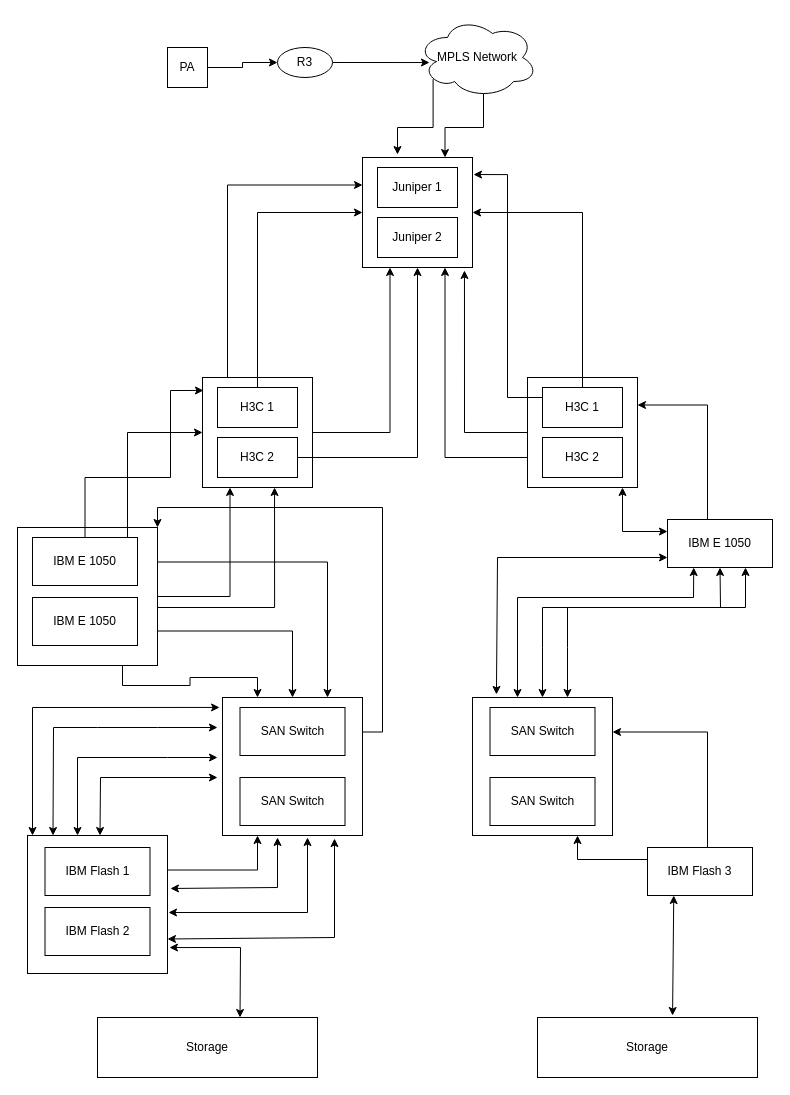
Earlier version of the draw.io diagram mail-topology2.drawio (nhuseynov/python). Source tidied: cells renumbered, new cells numbered last; positions are measured from the earlier drawing's top-left corner, leaving out a move shared by most shapes. Both pictures are drawn from the tidied source at 100%, with x=0, y=0 at pixel (17, 17).
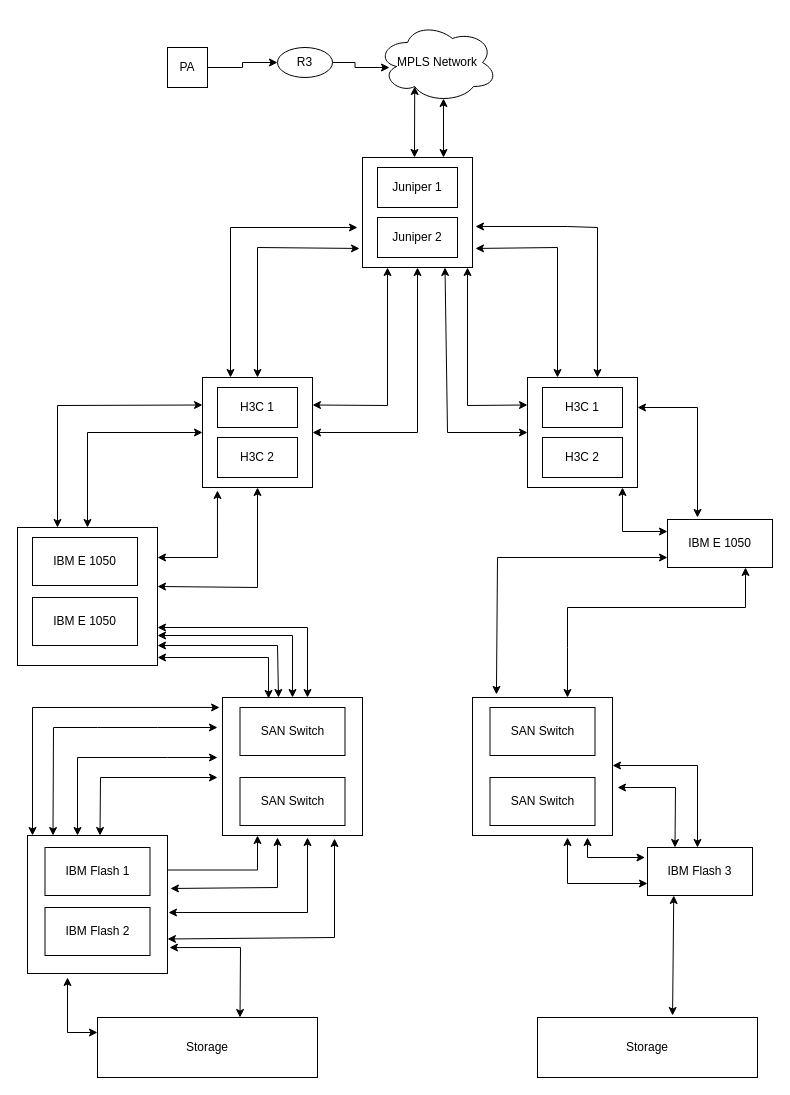
Above is the later version.

Unchanged cells that the change refers to:
```xml
<mxCell id="2" style="whiteSpace=wrap;html=1;" parent="1" vertex="1">
  <mxGeometry x="345" y="140" width="110" height="110" as="geometry" />
</mxCell>
<mxCell id="7" style="whiteSpace=wrap;html=1;" parent="1" vertex="1">
  <mxGeometry x="185" y="360" width="110" height="110" as="geometry" />
</mxCell>
<mxCell id="9" value="H3C 1" style="rounded=0;whiteSpace=wrap;html=1;" parent="1" vertex="1">
  <mxGeometry x="200" y="370" width="80" height="40" as="geometry" />
</mxCell>
<mxCell id="11" value="H3C 2" style="rounded=0;whiteSpace=wrap;html=1;" parent="1" vertex="1">
  <mxGeometry x="200" y="420" width="80" height="40" as="geometry" />
</mxCell>
<mxCell id="14" style="whiteSpace=wrap;html=1;" parent="1" vertex="1">
  <mxGeometry x="510" y="360" width="110" height="110" as="geometry" />
</mxCell>
<mxCell id="17" value="H3C 1" style="rounded=0;whiteSpace=wrap;html=1;" parent="1" vertex="1">
  <mxGeometry x="525" y="370" width="80" height="40" as="geometry" />
</mxCell>
<mxCell id="24" style="whiteSpace=wrap;html=1;" parent="1" vertex="1">
  <mxGeometry y="510" width="140" height="138" as="geometry" />
</mxCell>
<mxCell id="27" value="IBM E 1050" style="rounded=0;whiteSpace=wrap;html=1;" parent="1" vertex="1">
  <mxGeometry x="15" y="520" width="105" height="48" as="geometry" />
</mxCell>
<mxCell id="30" value="IBM E 1050" style="rounded=0;whiteSpace=wrap;html=1;" parent="1" vertex="1">
  <mxGeometry x="650" y="502" width="105" height="48" as="geometry" />
</mxCell>
<mxCell id="44" value="IBM Flash 3" style="rounded=0;whiteSpace=wrap;html=1;" parent="1" vertex="1">
  <mxGeometry x="630" y="830" width="105" height="48" as="geometry" />
</mxCell>
<mxCell id="46" style="whiteSpace=wrap;html=1;" parent="1" vertex="1">
  <mxGeometry x="205" y="680" width="140" height="138" as="geometry" />
</mxCell>
<mxCell id="49" style="whiteSpace=wrap;html=1;" parent="1" vertex="1">
  <mxGeometry x="455" y="680" width="140" height="138" as="geometry" />
</mxCell>
<mxCell id="57" value="Storage" style="rounded=0;whiteSpace=wrap;html=1;" parent="1" vertex="1">
  <mxGeometry x="80" y="1000" width="220" height="60" as="geometry" />
</mxCell>
```

Change to the diagram source:
```diff
@@
-    <mxCell id="5" style="edgeStyle=orthogonalEdgeStyle;rounded=0;jettySize=auto;html=1;entryX=0;entryY=0.25;entryDx=0;entryDy=0;" parent="1" edge="1" target="2">
-      <mxGeometry relative="1" as="geometry">
-        <mxPoint x="210" y="380" as="sourcePoint" />
-        <Array as="points">
-          <mxPoint x="210" y="368" />
-          <mxPoint x="210" y="168" />
-        </Array>
-      </mxGeometry>
-    </mxCell>
-    <mxCell id="6" style="edgeStyle=orthogonalEdgeStyle;rounded=0;jettySize=auto;html=1;entryX=0.25;entryY=1;entryDx=0;entryDy=0;" parent="1" edge="1" source="7" target="2">
-      <mxGeometry relative="1" as="geometry" />
-    </mxCell>
@@
-    <mxCell id="8" style="edgeStyle=orthogonalEdgeStyle;rounded=0;jettySize=auto;html=1;entryX=0;entryY=0.5;entryDx=0;entryDy=0;" parent="1" edge="1" source="9" target="2">
-      <mxGeometry relative="1" as="geometry">
-        <Array as="points">
-          <mxPoint x="240" y="195" />
-        </Array>
-      </mxGeometry>
-    </mxCell>
@@
-    <mxCell id="10" style="edgeStyle=orthogonalEdgeStyle;rounded=0;jettySize=auto;html=1;" parent="1" edge="1" source="11" target="2">
-      <mxGeometry relative="1" as="geometry" />
-    </mxCell>
@@
-    <mxCell id="12" style="edgeStyle=orthogonalEdgeStyle;rounded=0;jettySize=auto;html=1;entryX=0.75;entryY=1;entryDx=0;entryDy=0;" parent="1" edge="1" source="14" target="2">
-      <mxGeometry relative="1" as="geometry">
-        <Array as="points">
-          <mxPoint x="428" y="440" />
-        </Array>
-      </mxGeometry>
-    </mxCell>
-    <mxCell id="13" style="edgeStyle=orthogonalEdgeStyle;rounded=0;jettySize=auto;html=1;exitX=0;exitY=0.25;exitDx=0;exitDy=0;entryX=0.927;entryY=1.027;entryDx=0;entryDy=0;entryPerimeter=0;" parent="1" edge="1" source="14" target="2">
-      <mxGeometry relative="1" as="geometry">
-        <Array as="points">
-          <mxPoint x="510" y="415" />
-          <mxPoint x="447" y="415" />
-        </Array>
-      </mxGeometry>
-    </mxCell>
@@
-    <mxCell id="15" style="edgeStyle=orthogonalEdgeStyle;rounded=0;jettySize=auto;html=1;entryX=1;entryY=0.5;entryDx=0;entryDy=0;" parent="1" edge="1" source="17" target="2">
-      <mxGeometry relative="1" as="geometry">
-        <Array as="points">
-          <mxPoint x="565" y="195" />
-        </Array>
-      </mxGeometry>
-    </mxCell>
-    <mxCell id="16" style="edgeStyle=orthogonalEdgeStyle;rounded=0;jettySize=auto;html=1;entryX=1.009;entryY=0.155;entryDx=0;entryDy=0;entryPerimeter=0;" parent="1" edge="1" source="17" target="2">
-      <mxGeometry relative="1" as="geometry">
-        <Array as="points">
-          <mxPoint x="490" y="380" />
-          <mxPoint x="490" y="157" />
-        </Array>
-      </mxGeometry>
-    </mxCell>
@@
-    <mxCell id="19" style="edgeStyle=orthogonalEdgeStyle;rounded=0;jettySize=auto;html=1;entryX=0.25;entryY=1;entryDx=0;entryDy=0;" parent="1" edge="1" source="24" target="7">
-      <mxGeometry relative="1" as="geometry" />
-    </mxCell>
-    <mxCell id="20" style="edgeStyle=orthogonalEdgeStyle;rounded=0;jettySize=auto;html=1;entryX=0.655;entryY=1;entryDx=0;entryDy=0;entryPerimeter=0;" parent="1" edge="1" source="24" target="7">
-      <mxGeometry relative="1" as="geometry">
-        <Array as="points">
-          <mxPoint x="257" y="590" />
-        </Array>
-      </mxGeometry>
-    </mxCell>
-    <mxCell id="21" style="edgeStyle=orthogonalEdgeStyle;rounded=0;jettySize=auto;html=1;exitX=0.75;exitY=1;exitDx=0;exitDy=0;entryX=0.25;entryY=0;entryDx=0;entryDy=0;" parent="1" edge="1" source="24" target="46">
-      <mxGeometry relative="1" as="geometry" />
-    </mxCell>
-    <mxCell id="22" style="edgeStyle=orthogonalEdgeStyle;rounded=0;jettySize=auto;html=1;exitX=1;exitY=0.75;exitDx=0;exitDy=0;" parent="1" edge="1" source="24" target="46">
-      <mxGeometry relative="1" as="geometry" />
-    </mxCell>
-    <mxCell id="23" style="edgeStyle=orthogonalEdgeStyle;rounded=0;jettySize=auto;html=1;exitX=1;exitY=0.25;exitDx=0;exitDy=0;entryX=0.75;entryY=0;entryDx=0;entryDy=0;" parent="1" edge="1" source="24" target="46">
-      <mxGeometry relative="1" as="geometry" />
-    </mxCell>
@@
-    <mxCell id="25" style="edgeStyle=orthogonalEdgeStyle;rounded=0;jettySize=auto;html=1;entryX=0.009;entryY=0.118;entryDx=0;entryDy=0;entryPerimeter=0;" parent="1" edge="1" source="27" target="7">
-      <mxGeometry relative="1" as="geometry">
-        <Array as="points">
-          <mxPoint x="68" y="460" />
-          <mxPoint x="153" y="460" />
-          <mxPoint x="153" y="373" />
-        </Array>
-      </mxGeometry>
-    </mxCell>
-    <mxCell id="26" style="edgeStyle=orthogonalEdgeStyle;rounded=0;jettySize=auto;html=1;entryX=0;entryY=0.5;entryDx=0;entryDy=0;" parent="1" edge="1" source="27" target="7">
-      <mxGeometry relative="1" as="geometry">
-        <Array as="points">
-          <mxPoint x="110" y="415" />
-        </Array>
-      </mxGeometry>
-    </mxCell>
@@
-    <mxCell id="29" style="edgeStyle=orthogonalEdgeStyle;rounded=0;jettySize=auto;html=1;entryX=1;entryY=0.25;entryDx=0;entryDy=0;" parent="1" edge="1" source="30" target="14">
-      <mxGeometry relative="1" as="geometry">
-        <Array as="points">
-          <mxPoint x="690" y="388" />
-        </Array>
-      </mxGeometry>
-    </mxCell>
@@
-    <mxCell id="31" style="edgeStyle=orthogonalEdgeStyle;rounded=0;jettySize=auto;html=1;exitX=0.13;exitY=0.77;exitDx=0;exitDy=0;exitPerimeter=0;entryX=0.318;entryY=-0.027;entryDx=0;entryDy=0;entryPerimeter=0;" parent="1" edge="1" source="33" target="2">
-      <mxGeometry relative="1" as="geometry" />
-    </mxCell>
-    <mxCell id="32" style="edgeStyle=orthogonalEdgeStyle;rounded=0;jettySize=auto;html=1;exitX=0.55;exitY=0.95;exitDx=0;exitDy=0;exitPerimeter=0;entryX=0.75;entryY=0;entryDx=0;entryDy=0;" parent="1" edge="1" source="33" target="2">
-      <mxGeometry relative="1" as="geometry" />
-    </mxCell>
     <mxCell id="33" value="MPLS Network" style="ellipse;shape=cloud;whiteSpace=wrap;html=1;" parent="1" vertex="1">
-      <mxGeometry x="400" width="120" height="80" as="geometry" />
+      <mxGeometry x="360" y="5" width="120" height="80" as="geometry" />
     </mxCell>
@@
-    <mxCell id="42" style="edgeStyle=orthogonalEdgeStyle;rounded=0;jettySize=auto;html=1;entryX=1;entryY=0.25;entryDx=0;entryDy=0;" parent="1" edge="1" source="44" target="49">
-      <mxGeometry relative="1" as="geometry">
-        <Array as="points">
-          <mxPoint x="690" y="715" />
-        </Array>
-      </mxGeometry>
-    </mxCell>
-    <mxCell id="43" style="edgeStyle=orthogonalEdgeStyle;rounded=0;jettySize=auto;html=1;exitX=0;exitY=0.25;exitDx=0;exitDy=0;entryX=0.75;entryY=1;entryDx=0;entryDy=0;" parent="1" edge="1" source="44" target="49">
-      <mxGeometry relative="1" as="geometry" />
-    </mxCell>
@@
-    <mxCell id="45" style="edgeStyle=orthogonalEdgeStyle;rounded=0;jettySize=auto;html=1;exitX=1;exitY=0.25;exitDx=0;exitDy=0;entryX=1;entryY=0;entryDx=0;entryDy=0;" parent="1" edge="1" source="46" target="24">
-      <mxGeometry relative="1" as="geometry" />
-    </mxCell>
@@
-    <mxCell id="53" style="endArrow=classic;startArrow=classic;html=1;rounded=0;exitX=0.171;exitY=-0.022;exitDx=0;exitDy=0;exitPerimeter=0;entryX=0.25;entryY=1;entryDx=0;entryDy=0;" parent="1" edge="1" target="30">
-      <mxGeometry relative="1" as="geometry">
-        <mxPoint x="500" y="680" as="sourcePoint" />
-        <Array as="points">
-          <mxPoint x="500" y="580" />
-          <mxPoint x="676" y="580" />
-        </Array>
-      </mxGeometry>
-    </mxCell>
-    <mxCell id="54" style="endArrow=classic;startArrow=classic;html=1;rounded=0;exitX=0.5;exitY=0;exitDx=0;exitDy=0;entryX=0.5;entryY=1;entryDx=0;entryDy=0;" parent="1" edge="1" source="49" target="30">
-      <mxGeometry relative="1" as="geometry">
-        <Array as="points">
-          <mxPoint x="525" y="630" />
-          <mxPoint x="525" y="590" />
-          <mxPoint x="703" y="590" />
-        </Array>
-      </mxGeometry>
-    </mxCell>
@@
+    <mxCell id="68" style="endArrow=classic;startArrow=classic;html=1;rounded=0;entryX=0.329;entryY=0.007;entryDx=0;entryDy=0;entryPerimeter=0;" parent="1" edge="1" target="46">
+      <mxGeometry relative="1" as="geometry">
+        <mxPoint x="140" y="640" as="sourcePoint" />
+        <Array as="points">
+          <mxPoint x="251" y="640" />
+        </Array>
+      </mxGeometry>
+    </mxCell>
+    <mxCell id="69" style="endArrow=classic;startArrow=classic;html=1;rounded=0;entryX=0.4;entryY=0;entryDx=0;entryDy=0;entryPerimeter=0;" parent="1" edge="1" target="46">
+      <mxGeometry relative="1" as="geometry">
+        <mxPoint x="140" y="628" as="sourcePoint" />
+        <Array as="points">
+          <mxPoint x="260" y="628" />
+        </Array>
+      </mxGeometry>
+    </mxCell>
+    <mxCell id="70" style="endArrow=classic;startArrow=classic;html=1;rounded=0;entryX=0.5;entryY=0;entryDx=0;entryDy=0;" parent="1" edge="1" target="46">
+      <mxGeometry relative="1" as="geometry">
+        <mxPoint x="140" y="618" as="sourcePoint" />
+        <Array as="points">
+          <mxPoint x="275" y="618" />
+        </Array>
+      </mxGeometry>
+    </mxCell>
+    <mxCell id="71" style="endArrow=classic;startArrow=classic;html=1;rounded=0;" parent="1" edge="1">
+      <mxGeometry relative="1" as="geometry">
+        <mxPoint x="140" y="610" as="sourcePoint" />
+        <mxPoint x="290" y="680" as="targetPoint" />
+        <Array as="points">
+          <mxPoint x="290" y="610" />
+        </Array>
+      </mxGeometry>
+    </mxCell>
+    <mxCell id="72" style="endArrow=classic;startArrow=classic;html=1;rounded=0;exitX=0;exitY=0.75;exitDx=0;exitDy=0;" parent="1" edge="1" source="44">
+      <mxGeometry relative="1" as="geometry">
+        <mxPoint x="550" y="820" as="targetPoint" />
+        <Array as="points">
+          <mxPoint x="550" y="866" />
+        </Array>
+      </mxGeometry>
+    </mxCell>
+    <mxCell id="73" style="endArrow=classic;startArrow=classic;html=1;rounded=0;" parent="1" edge="1">
+      <mxGeometry relative="1" as="geometry">
+        <mxPoint x="570" y="820" as="sourcePoint" />
+        <mxPoint x="627.5" y="840" as="targetPoint" />
+        <Array as="points">
+          <mxPoint x="570" y="840" />
+        </Array>
+      </mxGeometry>
+    </mxCell>
+    <mxCell id="74" style="endArrow=classic;startArrow=classic;html=1;rounded=0;" parent="1" edge="1">
+      <mxGeometry relative="1" as="geometry">
+        <mxPoint x="657.5" y="830" as="sourcePoint" />
+        <mxPoint x="600" y="770" as="targetPoint" />
+        <Array as="points">
+          <mxPoint x="658" y="770" />
+        </Array>
+      </mxGeometry>
+    </mxCell>
+    <mxCell id="75" style="endArrow=classic;startArrow=classic;html=1;rounded=0;entryX=1.036;entryY=0.652;entryDx=0;entryDy=0;entryPerimeter=0;" parent="1" edge="1">
+      <mxGeometry relative="1" as="geometry">
+        <mxPoint x="680" y="830" as="sourcePoint" />
+        <mxPoint x="595" y="748" as="targetPoint" />
+        <Array as="points">
+          <mxPoint x="680" y="748" />
+        </Array>
+      </mxGeometry>
+    </mxCell>
+    <mxCell id="76" style="endArrow=classic;startArrow=classic;html=1;rounded=0;exitX=0;exitY=0.25;exitDx=0;exitDy=0;" parent="1" edge="1" source="57">
+      <mxGeometry relative="1" as="geometry">
+        <mxPoint x="50" y="960" as="targetPoint" />
+        <Array as="points">
+          <mxPoint x="50" y="1015" />
+        </Array>
+      </mxGeometry>
+    </mxCell>
+    <mxCell id="77" style="endArrow=classic;startArrow=classic;html=1;rounded=0;entryX=1.027;entryY=0.827;entryDx=0;entryDy=0;entryPerimeter=0;" parent="1" edge="1" target="2">
+      <mxGeometry relative="1" as="geometry">
+        <mxPoint x="540" y="360" as="sourcePoint" />
+        <Array as="points">
+          <mxPoint x="540" y="230" />
+        </Array>
+      </mxGeometry>
+    </mxCell>
+    <mxCell id="78" style="endArrow=classic;startArrow=classic;html=1;rounded=0;entryX=0.636;entryY=0;entryDx=0;entryDy=0;entryPerimeter=0;exitX=1.027;exitY=0.627;exitDx=0;exitDy=0;exitPerimeter=0;" parent="1" edge="1" source="2" target="14">
+      <mxGeometry relative="1" as="geometry">
+        <Array as="points">
+          <mxPoint x="550" y="209" />
+          <mxPoint x="580" y="210" />
+        </Array>
+      </mxGeometry>
+    </mxCell>
+    <mxCell id="79" style="endArrow=classic;startArrow=classic;html=1;rounded=0;exitX=0;exitY=0.25;exitDx=0;exitDy=0;" parent="1" edge="1" source="14">
+      <mxGeometry relative="1" as="geometry">
+        <mxPoint x="450" y="250" as="targetPoint" />
+        <Array as="points">
+          <mxPoint x="450" y="388" />
+        </Array>
+      </mxGeometry>
+    </mxCell>
+    <mxCell id="80" style="endArrow=classic;startArrow=classic;html=1;rounded=0;exitX=1;exitY=0.25;exitDx=0;exitDy=0;" parent="1" edge="1" source="7">
+      <mxGeometry relative="1" as="geometry">
+        <mxPoint x="370" y="250" as="targetPoint" />
+        <Array as="points">
+          <mxPoint x="370" y="388" />
+        </Array>
+      </mxGeometry>
+    </mxCell>
+    <mxCell id="81" style="endArrow=classic;startArrow=classic;html=1;rounded=0;exitX=1;exitY=0.5;exitDx=0;exitDy=0;" parent="1" edge="1" source="7">
+      <mxGeometry relative="1" as="geometry">
+        <mxPoint x="400" y="250" as="targetPoint" />
+        <Array as="points">
+          <mxPoint x="400" y="415" />
+        </Array>
+      </mxGeometry>
+    </mxCell>
+    <mxCell id="82" style="endArrow=classic;startArrow=classic;html=1;rounded=0;exitX=0;exitY=0.5;exitDx=0;exitDy=0;entryX=0.75;entryY=1;entryDx=0;entryDy=0;" parent="1" edge="1" source="14" target="2">
+      <mxGeometry relative="1" as="geometry">
+        <Array as="points">
+          <mxPoint x="430" y="415" />
+        </Array>
+      </mxGeometry>
+    </mxCell>
+    <mxCell id="83" style="endArrow=classic;startArrow=classic;html=1;rounded=0;" parent="1" edge="1">
+      <mxGeometry relative="1" as="geometry">
+        <mxPoint x="620" y="390" as="sourcePoint" />
+        <mxPoint x="680" y="500" as="targetPoint" />
+        <Array as="points">
+          <mxPoint x="680" y="390" />
+        </Array>
+      </mxGeometry>
+    </mxCell>
+    <mxCell id="6" style="endArrow=classic;startArrow=classic;html=1;rounded=0;exitX=0.5;exitY=0;exitDx=0;exitDy=0;entryX=-0.027;entryY=0.827;entryDx=0;entryDy=0;entryPerimeter=0;" parent="1" edge="1" source="7" target="2">
+      <mxGeometry relative="1" as="geometry">
+        <Array as="points">
+          <mxPoint x="240" y="230" />
+        </Array>
+      </mxGeometry>
+    </mxCell>
+    <mxCell id="84" style="endArrow=classic;startArrow=classic;html=1;rounded=0;exitX=0.5;exitY=0;exitDx=0;exitDy=0;" parent="1" edge="1">
+      <mxGeometry relative="1" as="geometry">
+        <mxPoint x="213" y="360" as="sourcePoint" />
+        <mxPoint x="340" y="210" as="targetPoint" />
+        <Array as="points">
+          <mxPoint x="213" y="210" />
+        </Array>
+      </mxGeometry>
+    </mxCell>
+    <mxCell id="85" style="endArrow=classic;startArrow=classic;html=1;rounded=0;entryX=0;entryY=0.25;entryDx=0;entryDy=0;" parent="1" edge="1" target="7">
+      <mxGeometry relative="1" as="geometry">
+        <mxPoint x="40" y="510" as="sourcePoint" />
+        <Array as="points">
+          <mxPoint x="40" y="388" />
+        </Array>
+      </mxGeometry>
+    </mxCell>
+    <mxCell id="86" style="endArrow=classic;startArrow=classic;html=1;rounded=0;entryX=0;entryY=0.5;entryDx=0;entryDy=0;" parent="1" edge="1" target="7">
+      <mxGeometry relative="1" as="geometry">
+        <mxPoint x="70" y="510" as="sourcePoint" />
+        <Array as="points">
+          <mxPoint x="70" y="415" />
+        </Array>
+      </mxGeometry>
+    </mxCell>
+    <mxCell id="87" style="endArrow=classic;startArrow=classic;html=1;rounded=0;entryX=0.136;entryY=1.027;entryDx=0;entryDy=0;entryPerimeter=0;" parent="1" edge="1" target="7">
+      <mxGeometry relative="1" as="geometry">
+        <mxPoint x="140" y="540" as="sourcePoint" />
+        <Array as="points">
+          <mxPoint x="200" y="540" />
+        </Array>
+      </mxGeometry>
+    </mxCell>
+    <mxCell id="88" style="endArrow=classic;startArrow=classic;html=1;rounded=0;entryX=0.5;entryY=1;entryDx=0;entryDy=0;" parent="1" edge="1" target="7">
+      <mxGeometry relative="1" as="geometry">
+        <mxPoint x="140" y="569" as="sourcePoint" />
+        <Array as="points">
+          <mxPoint x="240" y="570" />
+        </Array>
+      </mxGeometry>
+    </mxCell>
+    <mxCell id="89" style="endArrow=classic;startArrow=classic;html=1;rounded=0;entryX=0.55;entryY=0.95;entryDx=0;entryDy=0;entryPerimeter=0;" parent="1" edge="1" target="33">
+      <mxGeometry relative="1" as="geometry">
+        <mxPoint x="426" y="140" as="sourcePoint" />
+      </mxGeometry>
+    </mxCell>
+    <mxCell id="90" style="endArrow=classic;startArrow=classic;html=1;rounded=0;entryX=0.31;entryY=0.8;entryDx=0;entryDy=0;entryPerimeter=0;" parent="1" edge="1" target="33">
+      <mxGeometry relative="1" as="geometry">
+        <mxPoint x="397" y="140" as="sourcePoint" />
+      </mxGeometry>
+    </mxCell>
```
